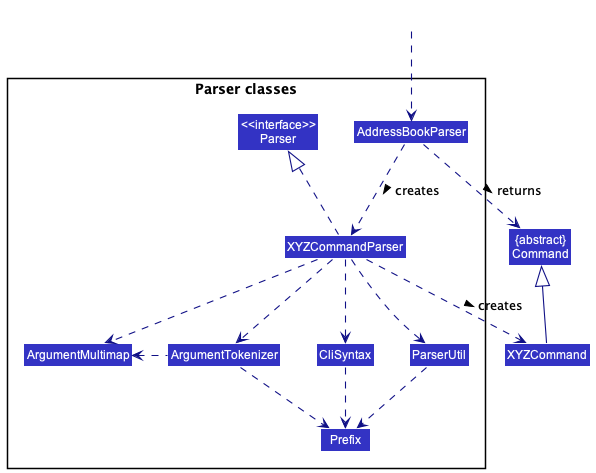
Earlier version of the PlantUML export docs/images/ParserClasses.png (nus-cs2103-AY2223S1/tp).
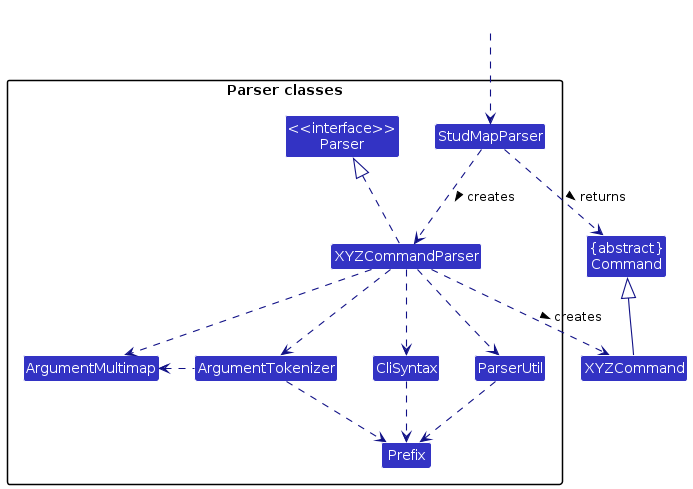
The same file after the commit.

What changed in the source:
```diff
@@ -9,7 +9,7 @@
 
 package "Parser classes"{
 Class "<<interface>>\nParser" as Parser
-Class AddressBookParser
+Class StudMapParser
 Class XYZCommandParser
 Class CliSyntax
 Class ParserUtil
@@ -19,12 +19,12 @@
 }
 
 Class HiddenOutside #FFFFFF
-HiddenOutside ..> AddressBookParser
+HiddenOutside ..> StudMapParser
 
-AddressBookParser .down.> XYZCommandParser: creates >
+StudMapParser .down.> XYZCommandParser: creates >
 
 XYZCommandParser ..> XYZCommand : creates >
-AddressBookParser ..> Command : returns >
+StudMapParser ..> Command : returns >
 XYZCommandParser .up.|> Parser
 XYZCommandParser ..> ArgumentMultimap
 XYZCommandParser ..> ArgumentTokenizer
```
